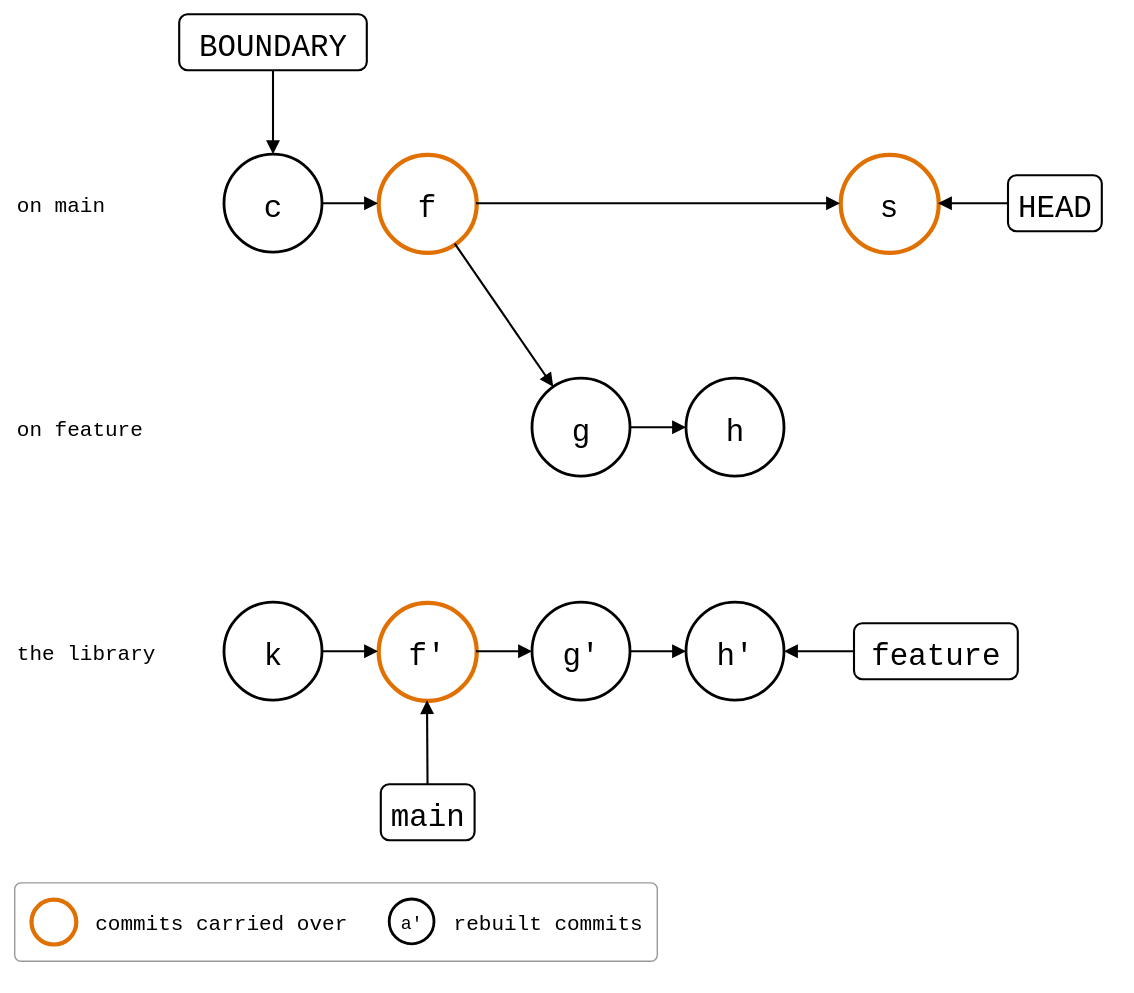
roschaefer/git-splice keeps this draw.io diagram as docs/05-comparisons/03-third-party/git-subrepo-splice.drawio.svg. Above is the earlier version. Source tidied: cells renumbered, new cells last; positions are measured from the earlier drawing's top-left corner, leaving out a move shared by most shapes. Its diagram source:
```xml
<mxGraphModel background="#ffffff">
  <root>
    <mxCell id="0" />
    <mxCell id="1" parent="0" />
    <mxCell id="2" value="on main" style="text;strokeColor=none;fillColor=none;align=left;verticalAlign=middle;fontSize=15;fontFamily=Roboto Mono,monospace;" parent="1" vertex="1">
      <mxGeometry y="120" width="130" height="30" as="geometry" />
    </mxCell>
    <mxCell id="3" value="on feature" style="text;strokeColor=none;fillColor=none;align=left;verticalAlign=middle;fontSize=15;fontFamily=Roboto Mono,monospace;" parent="1" vertex="1">
      <mxGeometry y="280" width="130" height="30" as="geometry" />
    </mxCell>
    <mxCell id="4" value="the library" style="text;strokeColor=none;fillColor=none;align=left;verticalAlign=middle;fontSize=15;fontFamily=Roboto Mono,monospace;" parent="1" vertex="1">
      <mxGeometry y="440" width="130" height="30" as="geometry" />
    </mxCell>
    <mxCell id="5" value="c" style="ellipse;strokeWidth=2;fontSize=22;fontFamily=Roboto Mono,monospace;" parent="1" vertex="1">
      <mxGeometry x="150" y="100" width="70" height="70" as="geometry" />
    </mxCell>
    <mxCell id="6" value="f" style="ellipse;fontSize=22;fontFamily=Roboto Mono,monospace;strokeColor=#E07000;strokeWidth=3;" parent="1" vertex="1">
      <mxGeometry x="260" y="100" width="70" height="70" as="geometry" />
    </mxCell>
    <mxCell id="7" value="s" style="ellipse;fontSize=22;fontFamily=Roboto Mono,monospace;strokeColor=#E07000;strokeWidth=3;" parent="1" vertex="1">
      <mxGeometry x="590" y="100" width="70" height="70" as="geometry" />
    </mxCell>
    <mxCell id="8" value="g" style="ellipse;strokeWidth=2;fontSize=22;fontFamily=Roboto Mono,monospace;" parent="1" vertex="1">
      <mxGeometry x="370" y="260" width="70" height="70" as="geometry" />
    </mxCell>
    <mxCell id="9" value="h" style="ellipse;strokeWidth=2;fontSize=22;fontFamily=Roboto Mono,monospace;" parent="1" vertex="1">
      <mxGeometry x="480" y="260" width="70" height="70" as="geometry" />
    </mxCell>
    <mxCell id="10" value="k" style="ellipse;strokeWidth=2;fontSize=22;fontFamily=Roboto Mono,monospace;" parent="1" vertex="1">
      <mxGeometry x="150" y="420" width="70" height="70" as="geometry" />
    </mxCell>
    <mxCell id="11" value="f'" style="ellipse;fontSize=22;fontFamily=Roboto Mono,monospace;strokeColor=#E07000;strokeWidth=3;" parent="1" vertex="1">
      <mxGeometry x="260" y="420" width="70" height="70" as="geometry" />
    </mxCell>
    <mxCell id="12" value="g'" style="ellipse;strokeWidth=2;fontSize=22;fontFamily=Roboto Mono,monospace;" parent="1" vertex="1">
      <mxGeometry x="370" y="420" width="70" height="70" as="geometry" />
    </mxCell>
    <mxCell id="13" value="h'" style="ellipse;strokeWidth=2;fontSize=22;fontFamily=Roboto Mono,monospace;" parent="1" vertex="1">
      <mxGeometry x="480" y="420" width="70" height="70" as="geometry" />
    </mxCell>
    <mxCell id="14" value="HEAD" style="rounded=1;strokeWidth=1.5;fontSize=22;fontFamily=Roboto Mono,monospace;" parent="1" vertex="1">
      <mxGeometry x="710" y="115" width="67" height="40" as="geometry" />
    </mxCell>
    <mxCell id="15" style="endArrow=block;endFill=1;html=1;strokeWidth=1.5;rounded=0;" parent="1" edge="1" source="14" target="7">
      <mxGeometry relative="1" as="geometry" />
    </mxCell>
    <mxCell id="16" value="BOUNDARY" style="rounded=1;strokeWidth=1.5;fontSize=22;fontFamily=Roboto Mono,monospace;" parent="1" vertex="1">
      <mxGeometry x="118" width="134" height="40" as="geometry" />
    </mxCell>
    <mxCell id="17" style="endArrow=block;endFill=1;html=1;strokeWidth=1.5;rounded=0;" parent="1" edge="1" source="16" target="5">
      <mxGeometry relative="1" as="geometry" />
    </mxCell>
    <mxCell id="18" value="main" style="rounded=1;strokeWidth=1.5;fontSize=22;fontFamily=Roboto Mono,monospace;" parent="1" vertex="1">
      <mxGeometry x="262" y="550" width="67" height="40" as="geometry" />
    </mxCell>
    <mxCell id="19" style="endArrow=block;endFill=1;html=1;strokeWidth=1.5;rounded=0;" parent="1" edge="1" source="18" target="11">
      <mxGeometry relative="1" as="geometry" />
    </mxCell>
    <mxCell id="20" value="feature" style="rounded=1;strokeWidth=1.5;fontSize=22;fontFamily=Roboto Mono,monospace;" parent="1" vertex="1">
      <mxGeometry x="600" y="435" width="117" height="40" as="geometry" />
    </mxCell>
    <mxCell id="21" style="endArrow=block;endFill=1;html=1;strokeWidth=1.5;rounded=0;" parent="1" edge="1" source="20" target="13">
      <mxGeometry relative="1" as="geometry" />
    </mxCell>
    <mxCell id="22" style="endArrow=block;endFill=1;html=1;strokeWidth=1.5;rounded=0;" parent="1" edge="1" source="5" target="6">
      <mxGeometry relative="1" as="geometry" />
    </mxCell>
    <mxCell id="23" style="endArrow=block;endFill=1;html=1;strokeWidth=1.5;rounded=0;" parent="1" edge="1" source="6" target="7">
      <mxGeometry relative="1" as="geometry" />
    </mxCell>
    <mxCell id="24" style="endArrow=block;endFill=1;html=1;strokeWidth=1.5;rounded=0;" parent="1" edge="1" source="6" target="8">
      <mxGeometry relative="1" as="geometry" />
    </mxCell>
    <mxCell id="25" style="endArrow=block;endFill=1;html=1;strokeWidth=1.5;rounded=0;" parent="1" edge="1" source="8" target="9">
      <mxGeometry relative="1" as="geometry" />
    </mxCell>
    <mxCell id="26" style="endArrow=block;endFill=1;html=1;strokeWidth=1.5;rounded=0;" parent="1" edge="1" source="10" target="11">
      <mxGeometry relative="1" as="geometry" />
    </mxCell>
    <mxCell id="27" style="endArrow=block;endFill=1;html=1;strokeWidth=1.5;rounded=0;" parent="1" edge="1" source="11" target="12">
      <mxGeometry relative="1" as="geometry" />
    </mxCell>
    <mxCell id="28" style="endArrow=block;endFill=1;html=1;strokeWidth=1.5;rounded=0;" parent="1" edge="1" source="12" target="13">
      <mxGeometry relative="1" as="geometry" />
    </mxCell>
    <mxCell id="29" style="rounded=1;arcSize=8;fillColor=none;strokeColor=#999999;strokeWidth=1;legend=1;" parent="1" vertex="1">
      <mxGeometry y="620" width="459" height="56" as="geometry" />
    </mxCell>
    <mxCell id="30" style="ellipse;fontSize=13;fontFamily=Roboto Mono,monospace;strokeColor=#E07000;strokeWidth=3;" parent="29" vertex="1">
      <mxGeometry x="12" y="12" width="32" height="32" as="geometry" />
    </mxCell>
    <mxCell id="31" value="commits carried over" style="text;align=left;verticalAlign=middle;fontSize=15;fontFamily=Roboto Mono,monospace;" parent="29" vertex="1">
      <mxGeometry x="56" y="12" width="180" height="32" as="geometry" />
    </mxCell>
    <mxCell id="32" value="a'" style="ellipse;fontSize=13;fontFamily=Roboto Mono,monospace;strokeWidth=2;" parent="29" vertex="1">
      <mxGeometry x="268" y="12" width="32" height="32" as="geometry" />
    </mxCell>
    <mxCell id="33" value="rebuilt commits" style="text;align=left;verticalAlign=middle;fontSize=15;fontFamily=Roboto Mono,monospace;" parent="29" vertex="1">
      <mxGeometry x="312" y="12" width="135" height="32" as="geometry" />
    </mxCell>
  </root>
</mxGraphModel>
```
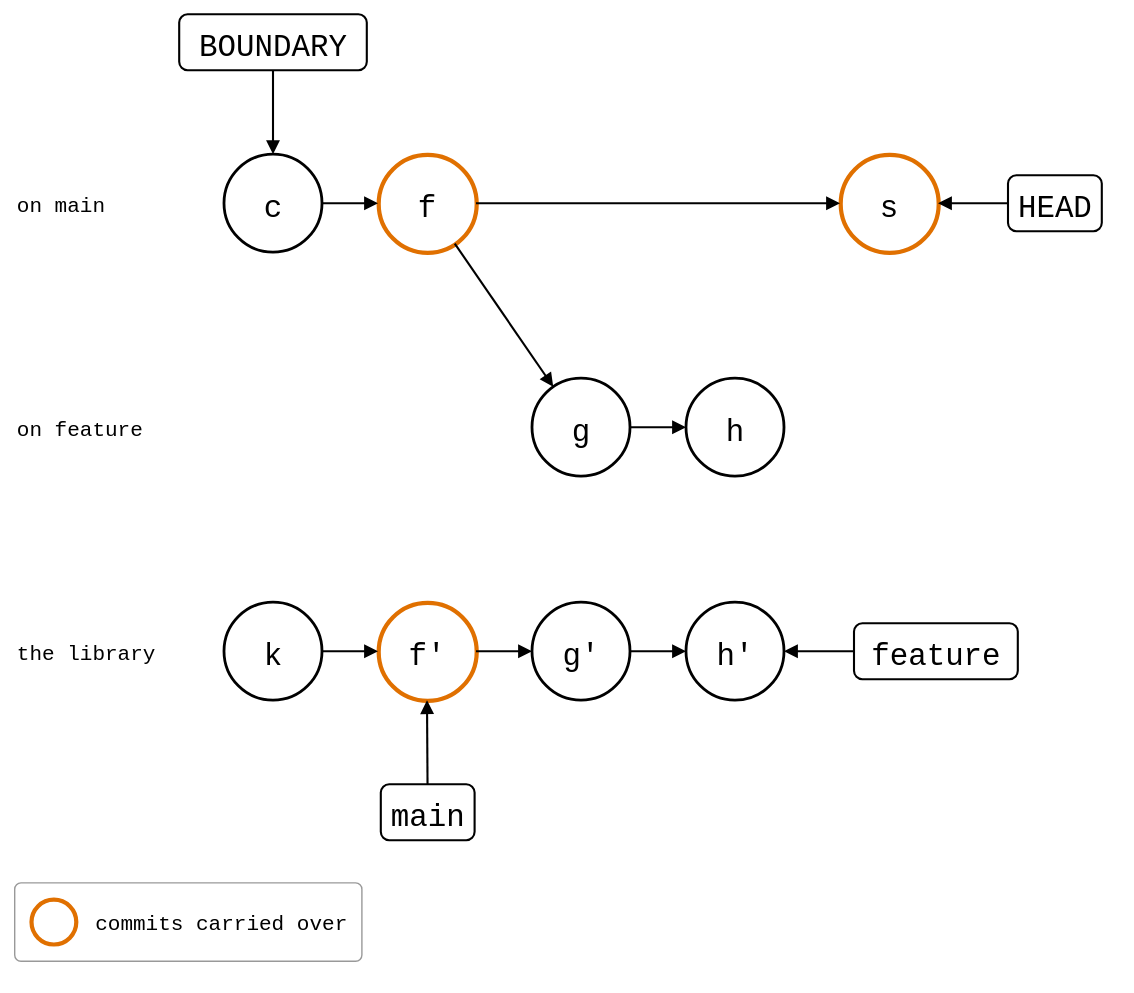
After the commit.

What changed in the source:
```diff
@@ -84,7 +84,7 @@
       <mxGeometry relative="1" as="geometry" />
     </mxCell>
     <mxCell id="29" style="rounded=1;arcSize=8;fillColor=none;strokeColor=#999999;strokeWidth=1;legend=1;" parent="1" vertex="1">
-      <mxGeometry y="620" width="459" height="56" as="geometry" />
+      <mxGeometry y="620" width="248" height="56" as="geometry" />
     </mxCell>
     <mxCell id="30" style="ellipse;fontSize=13;fontFamily=Roboto Mono,monospace;strokeColor=#E07000;strokeWidth=3;" parent="29" vertex="1">
       <mxGeometry x="12" y="12" width="32" height="32" as="geometry" />
@@ -92,11 +92,5 @@
     <mxCell id="31" value="commits carried over" style="text;align=left;verticalAlign=middle;fontSize=15;fontFamily=Roboto Mono,monospace;" parent="29" vertex="1">
       <mxGeometry x="56" y="12" width="180" height="32" as="geometry" />
     </mxCell>
-    <mxCell id="32" value="a'" style="ellipse;fontSize=13;fontFamily=Roboto Mono,monospace;strokeWidth=2;" parent="29" vertex="1">
-      <mxGeometry x="268" y="12" width="32" height="32" as="geometry" />
-    </mxCell>
-    <mxCell id="33" value="rebuilt commits" style="text;align=left;verticalAlign=middle;fontSize=15;fontFamily=Roboto Mono,monospace;" parent="29" vertex="1">
-      <mxGeometry x="312" y="12" width="135" height="32" as="geometry" />
-    </mxCell>
   </root>
 </mxGraphModel>
```
